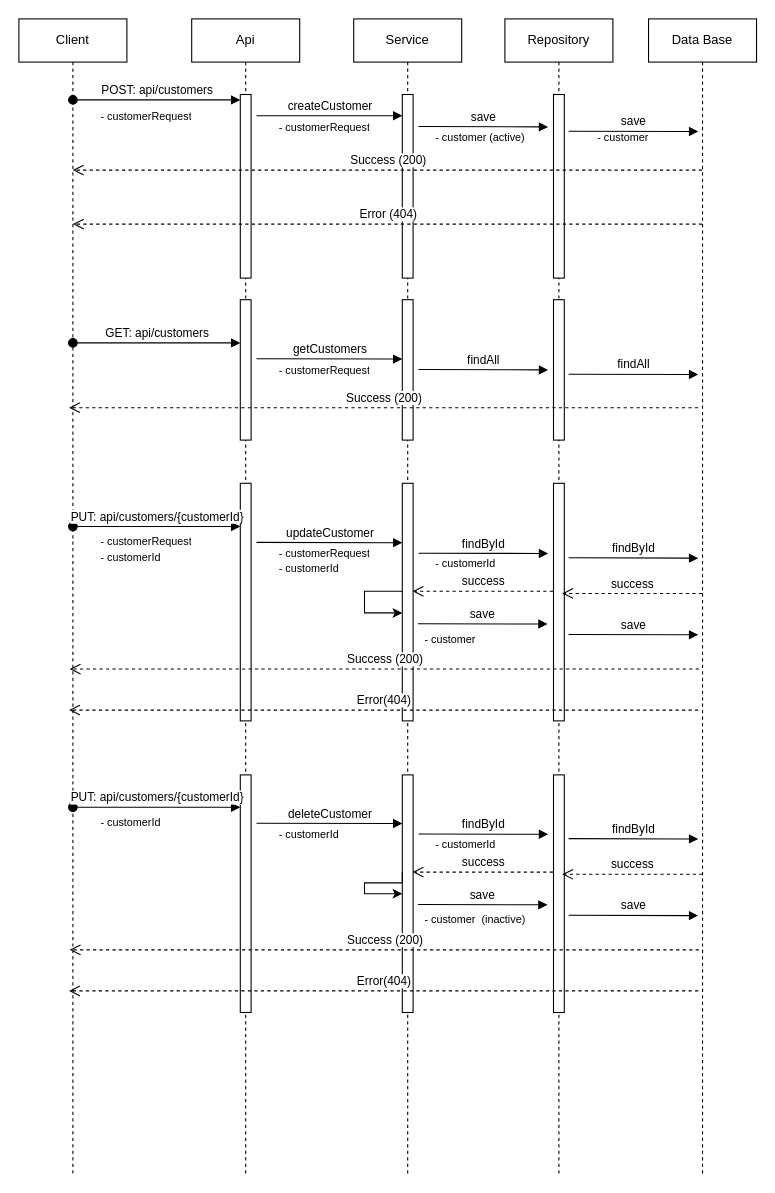
The draw.io diagram page "service-customer" (2 of 3) of Diagrama sin título.drawio in FabiolaJS7/diagrams, before the edit. Source tidied: cells renumbered, new cells numbered last; positions are measured from the earlier drawing's top-left corner, leaving out a move shared by most shapes. Both pictures are drawn from the tidied source at 108%, with x=0, y=0 at pixel (18, 18).
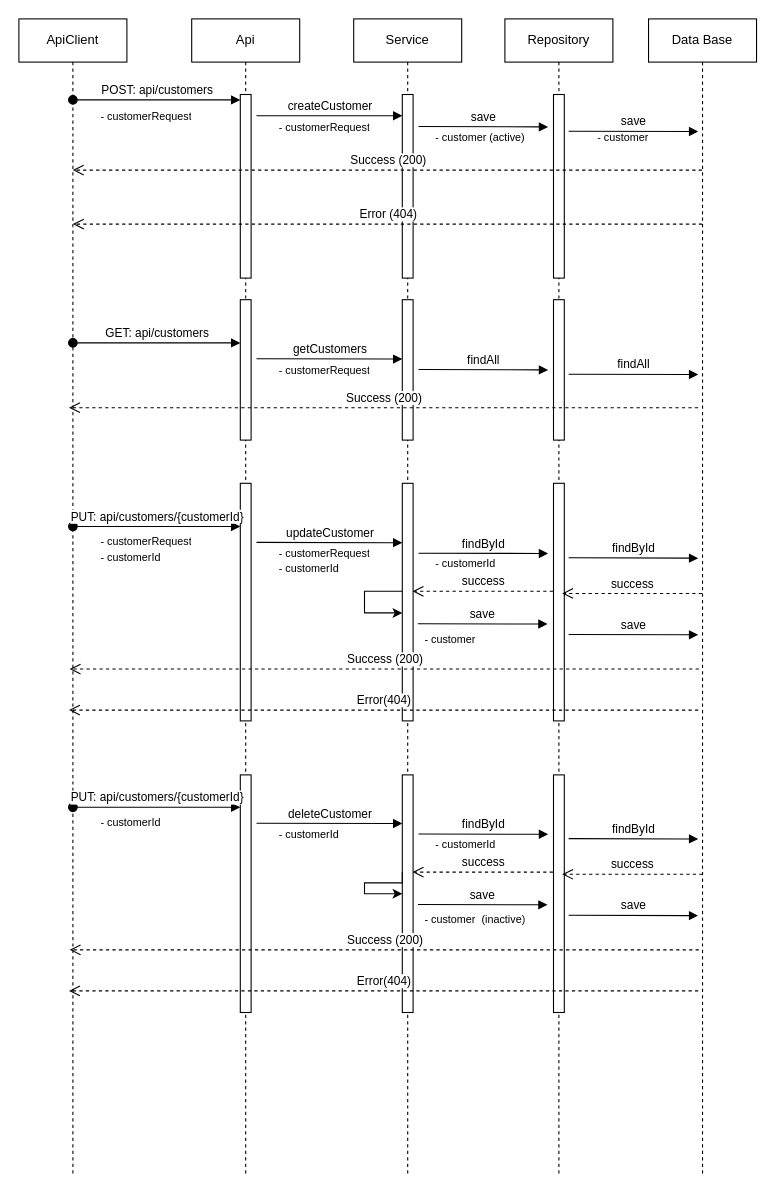
Above is the later version.

The edit, as a diff of the source:
```diff
@@
-    <mxCell id="19" value="Client" style="shape=umlLifeline;perimeter=lifelinePerimeter;whiteSpace=wrap;html=1;newEdgeStyle={&quot;curved&quot;:0,&quot;rounded&quot;:0};" parent="1" vertex="1">
+    <mxCell id="19" value="ApiClient" style="shape=umlLifeline;perimeter=lifelinePerimeter;whiteSpace=wrap;html=1;newEdgeStyle={&quot;curved&quot;:0,&quot;rounded&quot;:0};" parent="1" vertex="1">
       <mxGeometry width="100" height="1070" as="geometry" />
     </mxCell>
```
